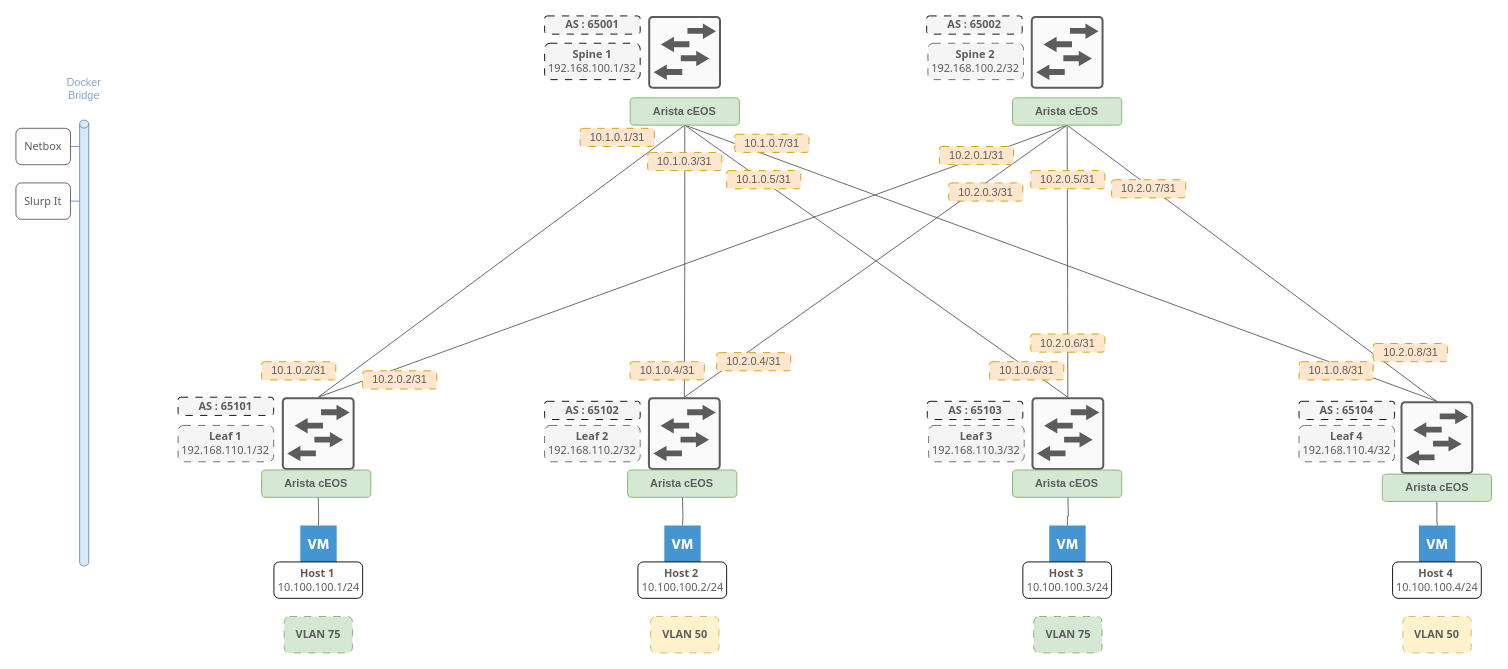
MasqAs/projet-vxlan-automation keeps this draw.io diagram as documentation/assets/images/diagrams/VXLAN.drawio. Above is the earlier version. Source tidied: cells renumbered, new cells numbered last; positions are measured from the earlier drawing's top-left corner, leaving out a move shared by most shapes. Both pictures are drawn from the tidied source at 91%, with x=0, y=0 at pixel (15, 15).
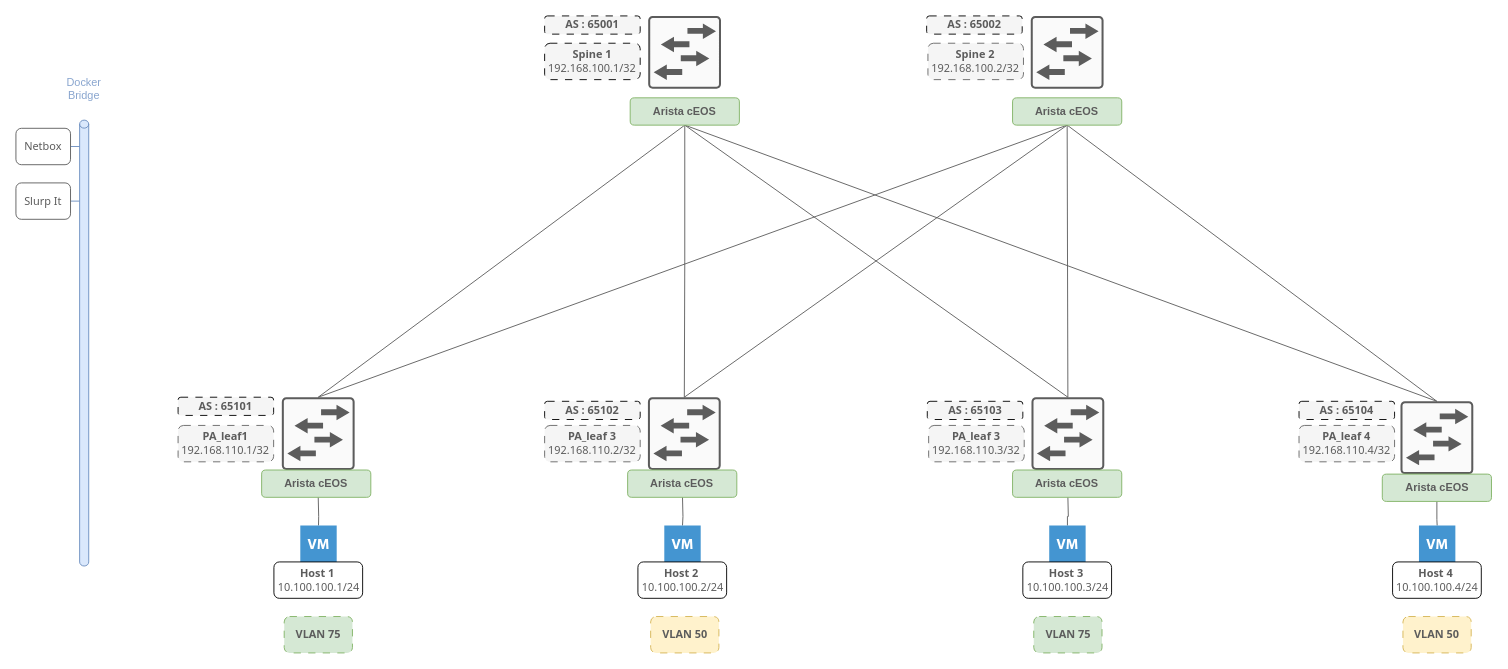
The same page after the edit.

The edit, as a diff of the source:
```diff
@@
-    <mxCell id="26" value="&lt;div style=&quot;&quot;&gt;&lt;b style=&quot;color: rgb(92, 92, 92); font-family: Tahoma; background-color: initial;&quot;&gt;Leaf 1&lt;/b&gt;&lt;/div&gt;&lt;font color=&quot;#5c5c5c&quot; face=&quot;Tahoma&quot;&gt;&lt;div style=&quot;&quot;&gt;&lt;span style=&quot;background-color: initial;&quot;&gt;192.168.110.1/32&lt;/span&gt;&lt;/div&gt;&lt;/font&gt;" style="rounded=1;whiteSpace=wrap;html=1;align=center;fillColor=#f5f5f5;fontColor=#333333;strokeColor=#666666;dashed=1;dashPattern=8 8;" parent="1" vertex="1">
+    <mxCell id="26" value="&lt;div style=&quot;&quot;&gt;&lt;b style=&quot;color: rgb(92, 92, 92); font-family: Tahoma; background-color: initial;&quot;&gt;PA_leaf1&lt;/b&gt;&lt;/div&gt;&lt;font color=&quot;#5c5c5c&quot; face=&quot;Tahoma&quot;&gt;&lt;div style=&quot;&quot;&gt;&lt;span style=&quot;background-color: initial;&quot;&gt;192.168.110.1/32&lt;/span&gt;&lt;/div&gt;&lt;/font&gt;" style="rounded=1;whiteSpace=wrap;html=1;align=center;fillColor=#f5f5f5;fontColor=#333333;strokeColor=#666666;dashed=1;dashPattern=8 8;" parent="1" vertex="1">
       <mxGeometry x="178.2" y="450" width="105" height="40" as="geometry" />
     </mxCell>
@@
-    <mxCell id="41" value="&lt;div style=&quot;&quot;&gt;&lt;b style=&quot;color: rgb(92, 92, 92); font-family: Tahoma; background-color: initial;&quot;&gt;Leaf 2&lt;/b&gt;&lt;/div&gt;&lt;font color=&quot;#5c5c5c&quot; face=&quot;Tahoma&quot;&gt;&lt;div style=&quot;&quot;&gt;&lt;span style=&quot;background-color: initial;&quot;&gt;192.168.110.2/32&lt;/span&gt;&lt;/div&gt;&lt;/font&gt;" style="rounded=1;whiteSpace=wrap;html=1;align=center;fillColor=#f5f5f5;fontColor=#333333;strokeColor=#666666;dashed=1;dashPattern=8 8;" parent="1" vertex="1">
+    <mxCell id="41" value="&lt;div style=&quot;&quot;&gt;&lt;b style=&quot;color: rgb(92, 92, 92); font-family: Tahoma; background-color: initial;&quot;&gt;PA_leaf 3&lt;/b&gt;&lt;/div&gt;&lt;font color=&quot;#5c5c5c&quot; face=&quot;Tahoma&quot;&gt;&lt;div style=&quot;&quot;&gt;&lt;span style=&quot;background-color: initial;&quot;&gt;192.168.110.2/32&lt;/span&gt;&lt;/div&gt;&lt;/font&gt;" style="rounded=1;whiteSpace=wrap;html=1;align=center;fillColor=#f5f5f5;fontColor=#333333;strokeColor=#666666;dashed=1;dashPattern=8 8;" parent="1" vertex="1">
       <mxGeometry x="581" y="450" width="105" height="40" as="geometry" />
     </mxCell>
-    <mxCell id="42" value="&lt;div style=&quot;&quot;&gt;&lt;b style=&quot;color: rgb(92, 92, 92); font-family: Tahoma; background-color: initial;&quot;&gt;Leaf 3&lt;/b&gt;&lt;/div&gt;&lt;font color=&quot;#5c5c5c&quot; face=&quot;Tahoma&quot;&gt;&lt;div style=&quot;&quot;&gt;&lt;span style=&quot;background-color: initial;&quot;&gt;192.168.110.3/32&lt;/span&gt;&lt;/div&gt;&lt;/font&gt;" style="rounded=1;whiteSpace=wrap;html=1;align=center;fillColor=#f5f5f5;fontColor=#333333;strokeColor=#666666;dashed=1;dashPattern=8 8;" parent="1" vertex="1">
+    <mxCell id="42" value="&lt;div style=&quot;&quot;&gt;&lt;b style=&quot;color: rgb(92, 92, 92); font-family: Tahoma; background-color: initial;&quot;&gt;PA_leaf 3&lt;/b&gt;&lt;/div&gt;&lt;font color=&quot;#5c5c5c&quot; face=&quot;Tahoma&quot;&gt;&lt;div style=&quot;&quot;&gt;&lt;span style=&quot;background-color: initial;&quot;&gt;192.168.110.3/32&lt;/span&gt;&lt;/div&gt;&lt;/font&gt;" style="rounded=1;whiteSpace=wrap;html=1;align=center;fillColor=#f5f5f5;fontColor=#333333;strokeColor=#666666;dashed=1;dashPattern=8 8;" parent="1" vertex="1">
       <mxGeometry x="1003" y="450" width="105" height="40" as="geometry" />
     </mxCell>
-    <mxCell id="43" value="&lt;div style=&quot;&quot;&gt;&lt;b style=&quot;color: rgb(92, 92, 92); font-family: Tahoma; background-color: initial;&quot;&gt;Leaf 4&lt;/b&gt;&lt;/div&gt;&lt;font color=&quot;#5c5c5c&quot; face=&quot;Tahoma&quot;&gt;&lt;div style=&quot;&quot;&gt;&lt;span style=&quot;background-color: initial;&quot;&gt;192.168.110.4/32&lt;/span&gt;&lt;/div&gt;&lt;/font&gt;" style="rounded=1;whiteSpace=wrap;html=1;align=center;fillColor=#f5f5f5;fontColor=#333333;strokeColor=#666666;dashed=1;dashPattern=8 8;" parent="1" vertex="1">
+    <mxCell id="43" value="&lt;div style=&quot;&quot;&gt;&lt;b style=&quot;color: rgb(92, 92, 92); font-family: Tahoma; background-color: initial;&quot;&gt;PA_leaf 4&lt;/b&gt;&lt;/div&gt;&lt;font color=&quot;#5c5c5c&quot; face=&quot;Tahoma&quot;&gt;&lt;div style=&quot;&quot;&gt;&lt;span style=&quot;background-color: initial;&quot;&gt;192.168.110.4/32&lt;/span&gt;&lt;/div&gt;&lt;/font&gt;" style="rounded=1;whiteSpace=wrap;html=1;align=center;fillColor=#f5f5f5;fontColor=#333333;strokeColor=#666666;dashed=1;dashPattern=8 8;" parent="1" vertex="1">
       <mxGeometry x="1410" y="450" width="105" height="40" as="geometry" />
     </mxCell>
@@
-    <mxCell id="50" value="&lt;div style=&quot;&quot;&gt;&lt;font color=&quot;#5c5c5c&quot;&gt;10.1.0.1/31&lt;/font&gt;&lt;/div&gt;" style="rounded=1;whiteSpace=wrap;html=1;align=center;fillColor=#ffe6cc;strokeColor=#d79b00;dashed=1;dashPattern=8 8;" parent="1" vertex="1">
-      <mxGeometry x="620" y="123.5" width="81.5" height="20" as="geometry" />
-    </mxCell>
-    <mxCell id="51" value="&lt;div style=&quot;&quot;&gt;&lt;font color=&quot;#5c5c5c&quot;&gt;10.1.0.2/31&lt;/font&gt;&lt;/div&gt;" style="rounded=1;whiteSpace=wrap;html=1;align=center;fillColor=#ffe6cc;strokeColor=#d79b00;dashed=1;dashPattern=8 8;" parent="1" vertex="1">
-      <mxGeometry x="270" y="380" width="81.5" height="20" as="geometry" />
-    </mxCell>
-    <mxCell id="52" value="&lt;div style=&quot;&quot;&gt;&lt;font color=&quot;#5c5c5c&quot;&gt;10.1.0.3/31&lt;/font&gt;&lt;/div&gt;" style="rounded=1;whiteSpace=wrap;html=1;align=center;fillColor=#ffe6cc;strokeColor=#d79b00;dashed=1;dashPattern=8 8;" parent="1" vertex="1">
-      <mxGeometry x="694.2" y="150" width="81.5" height="20" as="geometry" />
-    </mxCell>
-    <mxCell id="53" value="&lt;div style=&quot;&quot;&gt;&lt;font color=&quot;#5c5c5c&quot;&gt;10.1.0.4/31&lt;/font&gt;&lt;/div&gt;" style="rounded=1;whiteSpace=wrap;html=1;align=center;fillColor=#ffe6cc;strokeColor=#d79b00;dashed=1;dashPattern=8 8;" parent="1" vertex="1">
-      <mxGeometry x="675" y="380" width="81.5" height="20" as="geometry" />
-    </mxCell>
-    <mxCell id="54" value="&lt;div style=&quot;&quot;&gt;&lt;font color=&quot;#5c5c5c&quot;&gt;10.2.0.1/31&lt;/font&gt;&lt;/div&gt;" style="rounded=1;whiteSpace=wrap;html=1;align=center;fillColor=#ffe6cc;strokeColor=#d79b00;dashed=1;dashPattern=8 8;" parent="1" vertex="1">
-      <mxGeometry x="1014.8" y="143.5" width="81.5" height="20" as="geometry" />
-    </mxCell>
-    <mxCell id="55" value="&lt;div style=&quot;&quot;&gt;&lt;font color=&quot;#5c5c5c&quot;&gt;10.2.0.2/31&lt;/font&gt;&lt;/div&gt;" style="rounded=1;whiteSpace=wrap;html=1;align=center;fillColor=#ffe6cc;strokeColor=#d79b00;dashed=1;dashPattern=8 8;" parent="1" vertex="1">
-      <mxGeometry x="381" y="390" width="81.5" height="20" as="geometry" />
-    </mxCell>
-    <mxCell id="56" value="&lt;div style=&quot;&quot;&gt;&lt;font color=&quot;#5c5c5c&quot;&gt;10.2.0.3/31&lt;/font&gt;&lt;/div&gt;" style="rounded=1;whiteSpace=wrap;html=1;align=center;fillColor=#ffe6cc;strokeColor=#d79b00;dashed=1;dashPattern=8 8;" parent="1" vertex="1">
-      <mxGeometry x="1025" y="183.5" width="81.5" height="20" as="geometry" />
-    </mxCell>
-    <mxCell id="57" value="&lt;div style=&quot;&quot;&gt;&lt;font color=&quot;#5c5c5c&quot;&gt;10.2.0.5/31&lt;/font&gt;&lt;/div&gt;" style="rounded=1;whiteSpace=wrap;html=1;align=center;fillColor=#ffe6cc;strokeColor=#d79b00;dashed=1;dashPattern=8 8;" parent="1" vertex="1">
-      <mxGeometry x="1115.2" y="170" width="81.5" height="20" as="geometry" />
-    </mxCell>
-    <mxCell id="58" value="&lt;div style=&quot;&quot;&gt;&lt;font color=&quot;#5c5c5c&quot;&gt;10.1.0.5/31&lt;/font&gt;&lt;/div&gt;" style="rounded=1;whiteSpace=wrap;html=1;align=center;fillColor=#ffe6cc;strokeColor=#d79b00;dashed=1;dashPattern=8 8;" parent="1" vertex="1">
-      <mxGeometry x="781" y="170" width="81.5" height="20" as="geometry" />
-    </mxCell>
-    <mxCell id="59" value="&lt;div style=&quot;&quot;&gt;&lt;font color=&quot;#5c5c5c&quot;&gt;10.1.0.6/31&lt;/font&gt;&lt;/div&gt;" style="rounded=1;whiteSpace=wrap;html=1;align=center;fillColor=#ffe6cc;strokeColor=#d79b00;dashed=1;dashPattern=8 8;" parent="1" vertex="1">
-      <mxGeometry x="1070" y="380" width="81.5" height="20" as="geometry" />
-    </mxCell>
-    <mxCell id="60" value="&lt;div style=&quot;&quot;&gt;&lt;font color=&quot;#5c5c5c&quot;&gt;10.1.0.7/31&lt;/font&gt;&lt;/div&gt;" style="rounded=1;whiteSpace=wrap;html=1;align=center;fillColor=#ffe6cc;strokeColor=#d79b00;dashed=1;dashPattern=8 8;" parent="1" vertex="1">
-      <mxGeometry x="790" y="130" width="81.5" height="20" as="geometry" />
-    </mxCell>
-    <mxCell id="61" value="&lt;div style=&quot;&quot;&gt;&lt;font color=&quot;#5c5c5c&quot;&gt;10.1.0.8/31&lt;/font&gt;&lt;/div&gt;" style="rounded=1;whiteSpace=wrap;html=1;align=center;fillColor=#ffe6cc;strokeColor=#d79b00;dashed=1;dashPattern=8 8;" parent="1" vertex="1">
-      <mxGeometry x="1410" y="380" width="81.5" height="20" as="geometry" />
-    </mxCell>
-    <mxCell id="62" value="&lt;div style=&quot;&quot;&gt;&lt;font color=&quot;#5c5c5c&quot;&gt;10.2.0.4/31&lt;/font&gt;&lt;/div&gt;" style="rounded=1;whiteSpace=wrap;html=1;align=center;fillColor=#ffe6cc;strokeColor=#d79b00;dashed=1;dashPattern=8 8;" parent="1" vertex="1">
-      <mxGeometry x="770" y="370" width="81.5" height="20" as="geometry" />
-    </mxCell>
-    <mxCell id="63" value="&lt;div style=&quot;&quot;&gt;&lt;font color=&quot;#5c5c5c&quot;&gt;10.2.0.6/31&lt;/font&gt;&lt;/div&gt;" style="rounded=1;whiteSpace=wrap;html=1;align=center;fillColor=#ffe6cc;strokeColor=#d79b00;dashed=1;dashPattern=8 8;" parent="1" vertex="1">
-      <mxGeometry x="1115.2" y="349.5" width="81.5" height="20" as="geometry" />
-    </mxCell>
-    <mxCell id="64" value="&lt;div style=&quot;&quot;&gt;&lt;font color=&quot;#5c5c5c&quot;&gt;10.2.0.7/31&lt;/font&gt;&lt;/div&gt;" style="rounded=1;whiteSpace=wrap;html=1;align=center;fillColor=#ffe6cc;strokeColor=#d79b00;dashed=1;dashPattern=8 8;" parent="1" vertex="1">
-      <mxGeometry x="1204" y="180" width="81.5" height="20" as="geometry" />
-    </mxCell>
-    <mxCell id="65" value="&lt;div style=&quot;&quot;&gt;&lt;font color=&quot;#5c5c5c&quot;&gt;10.2.0.8/31&lt;/font&gt;&lt;/div&gt;" style="rounded=1;whiteSpace=wrap;html=1;align=center;fillColor=#ffe6cc;strokeColor=#d79b00;dashed=1;dashPattern=8 8;" parent="1" vertex="1">
-      <mxGeometry x="1491.5" y="360" width="81.5" height="20" as="geometry" />
-    </mxCell>
```
